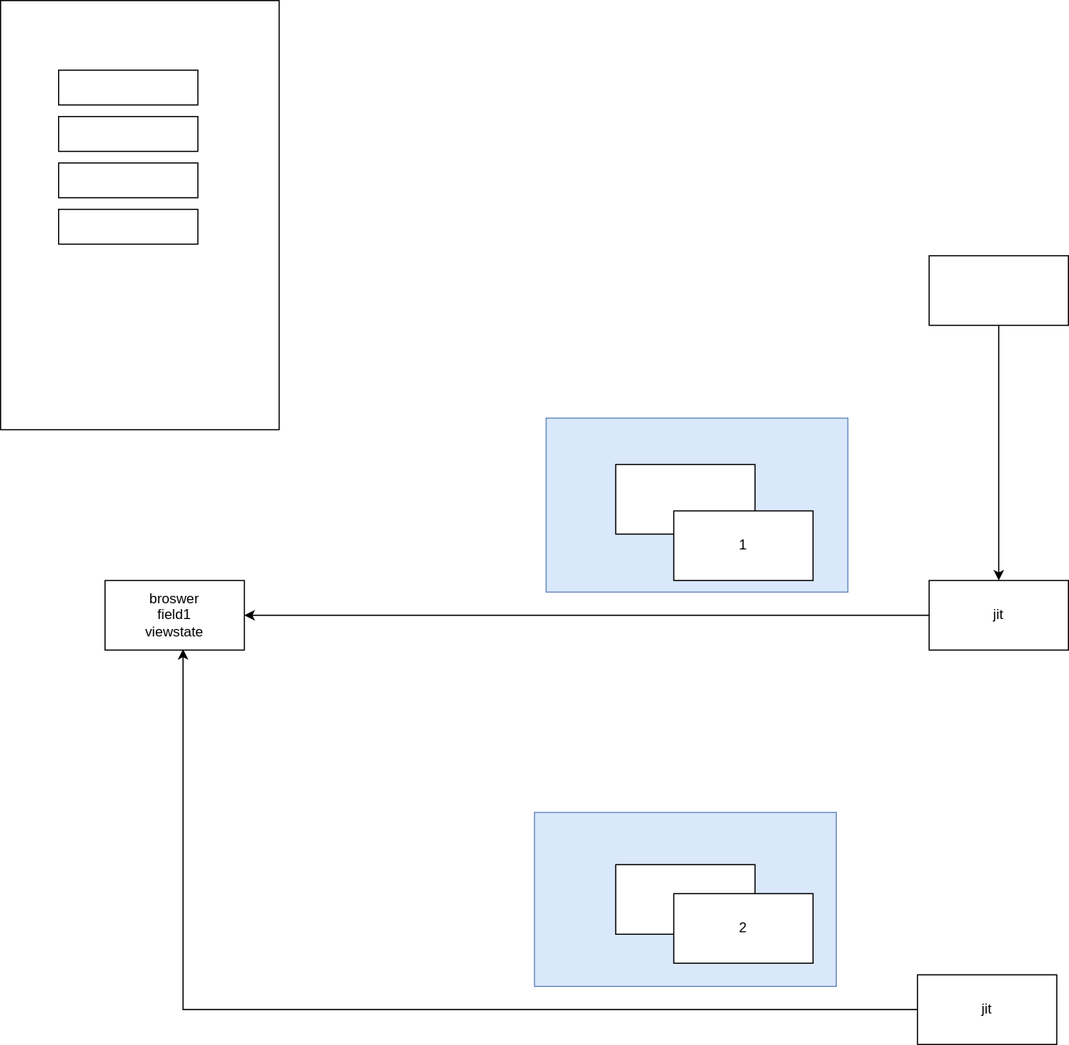
This is multithreadingredisissue.svg from vjavle/invoicecloud, a draw.io export, as it was before one commit. Source tidied: cells renumbered, new cells last; positions are measured from the earlier drawing's top-left corner, leaving out a move shared by most shapes.
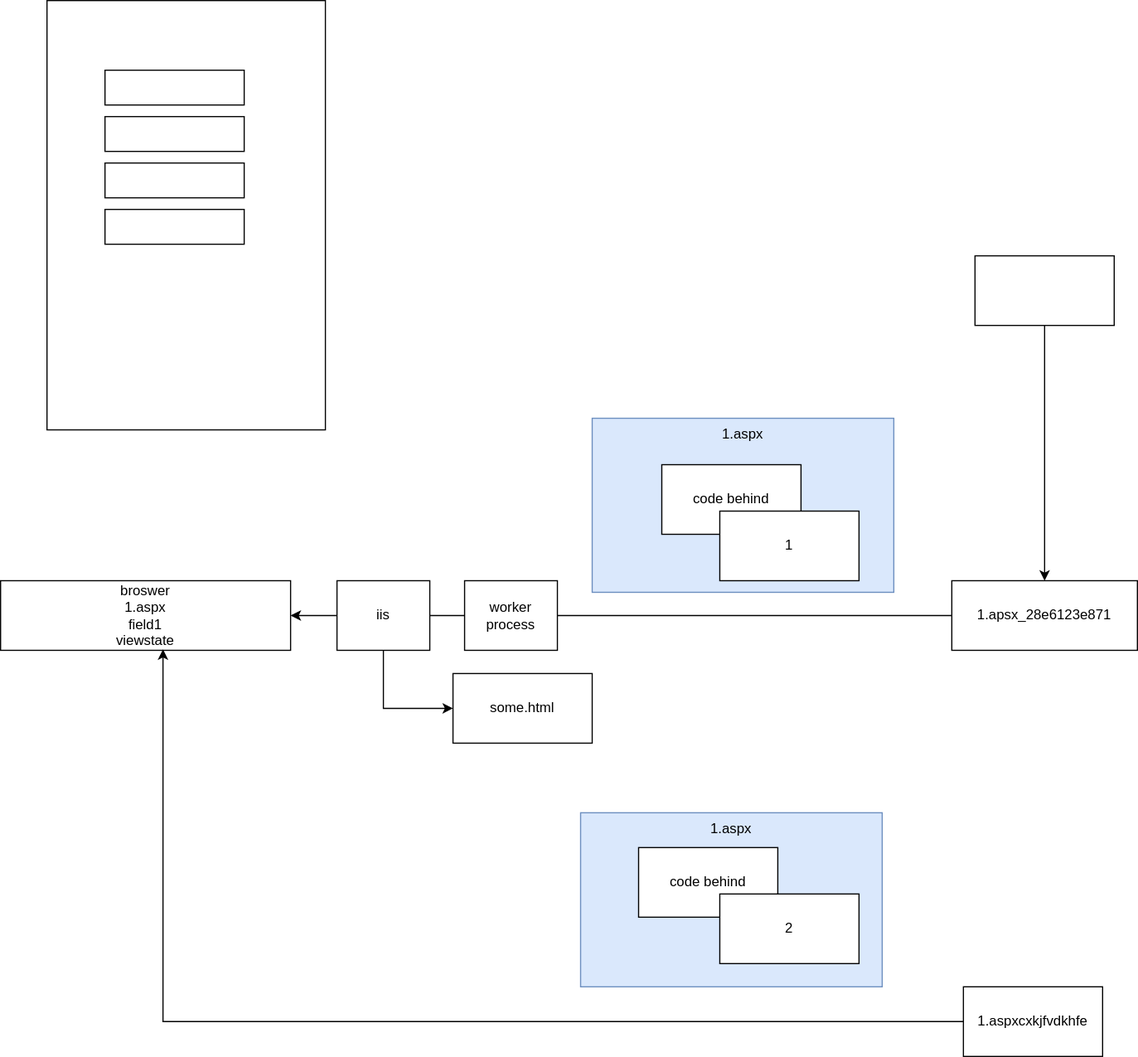
Above is the later version.

What changed in the source:
```diff
@@ -2,7 +2,7 @@
   <root>
     <mxCell id="0" />
     <mxCell id="1" parent="0" />
-    <mxCell id="2" style="rounded=0;whiteSpace=wrap;html=1;fillColor=#dae8fc;strokeColor=#6c8ebf;" parent="1" vertex="1">
+    <mxCell id="2" value="1.aspx" style="rounded=0;whiteSpace=wrap;html=1;fillColor=#dae8fc;strokeColor=#6c8ebf;verticalAlign=top;" parent="1" vertex="1">
       <mxGeometry x="470" y="360" width="260" height="150" as="geometry" />
     </mxCell>
     <mxCell id="3" style="rounded=0;whiteSpace=wrap;html=1;" parent="1" vertex="1">
@@ -20,7 +20,7 @@
     <mxCell id="7" style="rounded=0;whiteSpace=wrap;html=1;" parent="1" vertex="1">
       <mxGeometry x="50" y="180" width="120" height="30" as="geometry" />
     </mxCell>
-    <mxCell id="8" style="rounded=0;whiteSpace=wrap;html=1;" parent="1" vertex="1">
+    <mxCell id="8" value="code behind" style="rounded=0;whiteSpace=wrap;html=1;" parent="1" vertex="1">
       <mxGeometry x="530" y="400" width="120" height="60" as="geometry" />
     </mxCell>
     <mxCell id="9" style="edgeStyle=orthogonalEdgeStyle;rounded=0;jettySize=auto;html=1;" parent="1" edge="1" source="10">
@@ -28,23 +28,23 @@
         <mxPoint x="210" y="530" as="targetPoint" />
       </mxGeometry>
     </mxCell>
-    <mxCell id="10" value="jit" style="rounded=0;whiteSpace=wrap;html=1;" parent="1" vertex="1">
-      <mxGeometry x="800" y="500" width="120" height="60" as="geometry" />
+    <mxCell id="10" value="1.apsx_28e6123e871" style="rounded=0;whiteSpace=wrap;html=1;" parent="1" vertex="1">
+      <mxGeometry x="780" y="500" width="160" height="60" as="geometry" />
     </mxCell>
-    <mxCell id="11" value="broswer&lt;br&gt;field1&lt;br&gt;viewstate" style="rounded=0;whiteSpace=wrap;html=1;" parent="1" vertex="1">
-      <mxGeometry x="90" y="500" width="120" height="60" as="geometry" />
+    <mxCell id="11" value="broswer&lt;br&gt;1.aspx&lt;br&gt;field1&lt;br&gt;viewstate" style="rounded=0;whiteSpace=wrap;html=1;" parent="1" vertex="1">
+      <mxGeometry x="-40" y="500" width="250" height="60" as="geometry" />
     </mxCell>
-    <mxCell id="12" style="rounded=0;whiteSpace=wrap;html=1;fillColor=#dae8fc;strokeColor=#6c8ebf;" parent="1" vertex="1">
+    <mxCell id="12" value="1.aspx" style="rounded=0;whiteSpace=wrap;html=1;fillColor=#dae8fc;strokeColor=#6c8ebf;verticalAlign=top;" parent="1" vertex="1">
       <mxGeometry x="460" y="700" width="260" height="150" as="geometry" />
     </mxCell>
-    <mxCell id="13" style="rounded=0;whiteSpace=wrap;html=1;" parent="1" vertex="1">
-      <mxGeometry x="530" y="745" width="120" height="60" as="geometry" />
+    <mxCell id="13" value="code behind" style="rounded=0;whiteSpace=wrap;html=1;" parent="1" vertex="1">
+      <mxGeometry x="510" y="730" width="120" height="60" as="geometry" />
     </mxCell>
     <mxCell id="14" style="edgeStyle=orthogonalEdgeStyle;rounded=0;jettySize=auto;html=1;entryX=0.56;entryY=0.986;entryDx=0;entryDy=0;entryPerimeter=0;" parent="1" edge="1" source="15" target="11">
       <mxGeometry relative="1" as="geometry" />
     </mxCell>
-    <mxCell id="15" value="jit" style="rounded=0;whiteSpace=wrap;html=1;" parent="1" vertex="1">
-      <mxGeometry x="790" y="840" width="120" height="60" as="geometry" />
+    <mxCell id="15" value="1.aspxcxkjfvdkhfe" style="rounded=0;whiteSpace=wrap;html=1;" parent="1" vertex="1">
+      <mxGeometry x="790" y="850" width="120" height="60" as="geometry" />
     </mxCell>
     <mxCell id="16" style="edgeStyle=orthogonalEdgeStyle;rounded=0;jettySize=auto;html=1;" parent="1" edge="1" source="17" target="10">
       <mxGeometry relative="1" as="geometry" />
@@ -58,5 +58,21 @@
     <mxCell id="19" value="2" style="rounded=0;whiteSpace=wrap;html=1;" parent="1" vertex="1">
       <mxGeometry x="580" y="770" width="120" height="60" as="geometry" />
     </mxCell>
+    <mxCell id="20" style="edgeStyle=orthogonalEdgeStyle;rounded=0;jettySize=auto;html=1;entryX=0;entryY=0.5;entryDx=0;entryDy=0;" parent="1" edge="1" source="21" target="23">
+      <mxGeometry relative="1" as="geometry">
+        <Array as="points">
+          <mxPoint x="290" y="610" />
+        </Array>
+      </mxGeometry>
+    </mxCell>
+    <mxCell id="21" value="iis" style="rounded=0;whiteSpace=wrap;html=1;" parent="1" vertex="1">
+      <mxGeometry x="250" y="500" width="80" height="60" as="geometry" />
+    </mxCell>
+    <mxCell id="22" value="worker process" style="rounded=0;whiteSpace=wrap;html=1;" parent="1" vertex="1">
+      <mxGeometry x="360" y="500" width="80" height="60" as="geometry" />
+    </mxCell>
+    <mxCell id="23" value="some.html" style="rounded=0;whiteSpace=wrap;html=1;" parent="1" vertex="1">
+      <mxGeometry x="350" y="580" width="120" height="60" as="geometry" />
+    </mxCell>
   </root>
 </mxGraphModel>
```
